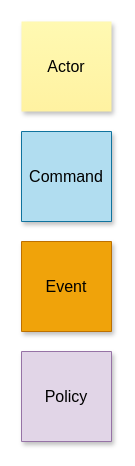
This is draw/hw_1/es.drawio from OkinawaNet/TT, a draw.io file, before an edit. Source tidied: cells renumbered, new cells numbered last; positions are measured from the earlier drawing's top-left corner, leaving out a move shared by most shapes. Both pictures are drawn from the tidied source at 100%, with x=0, y=0 at pixel (21, 21).
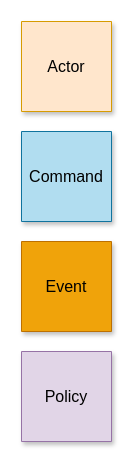
The same page after the edit.

What changed in the source:
```diff
@@
 <mxGraphModel>
   <root>
     <mxCell id="0" />
     <mxCell id="1" parent="0" />
-    <mxCell id="2" value="&lt;font style=&quot;font-size: 16px;&quot;&gt;Actor&lt;/font&gt;" style="shape=note;whiteSpace=wrap;html=1;backgroundOutline=1;fontColor=#000000;darkOpacity=0.05;fillColor=#FFF9B2;strokeColor=none;fillStyle=solid;direction=west;gradientDirection=north;gradientColor=#FFF2A1;shadow=1;size=0;" parent="1" vertex="1">
+    <mxCell id="2" value="&lt;font style=&quot;font-size: 16px;&quot;&gt;Actor&lt;/font&gt;" style="shape=note;whiteSpace=wrap;html=1;backgroundOutline=1;darkOpacity=0.05;fillColor=#ffe6cc;strokeColor=#d79b00;fillStyle=solid;direction=west;gradientDirection=north;shadow=1;size=0;" parent="1" vertex="1">
       <mxGeometry width="90" height="90" as="geometry" />
     </mxCell>
     <mxCell id="3" value="&lt;font style=&quot;font-size: 16px;&quot;&gt;Command&lt;/font&gt;" style="shape=note;whiteSpace=wrap;html=1;backgroundOutline=1;darkOpacity=0.05;fillColor=#b1ddf0;strokeColor=#10739e;fillStyle=solid;direction=west;gradientDirection=north;shadow=1;size=0;" parent="1" vertex="1">
       <mxGeometry y="110" width="90" height="90" as="geometry" />
     </mxCell>
     <mxCell id="4" value="&lt;font style=&quot;font-size: 16px;&quot;&gt;Event&lt;/font&gt;" style="shape=note;whiteSpace=wrap;html=1;backgroundOutline=1;darkOpacity=0.05;fillColor=#f0a30a;strokeColor=#BD7000;fillStyle=solid;direction=west;gradientDirection=north;shadow=1;size=0;fontColor=#000000;" parent="1" vertex="1">
       <mxGeometry y="220" width="90" height="90" as="geometry" />
     </mxCell>
     <mxCell id="5" value="&lt;font style=&quot;font-size: 16px;&quot;&gt;Policy&lt;/font&gt;" style="shape=note;whiteSpace=wrap;html=1;backgroundOutline=1;darkOpacity=0.05;fillColor=#e1d5e7;strokeColor=#9673a6;fillStyle=solid;direction=west;gradientDirection=north;shadow=1;size=0;" parent="1" vertex="1">
       <mxGeometry y="330" width="90" height="90" as="geometry" />
     </mxCell>
   </root>
 </mxGraphModel>
```
